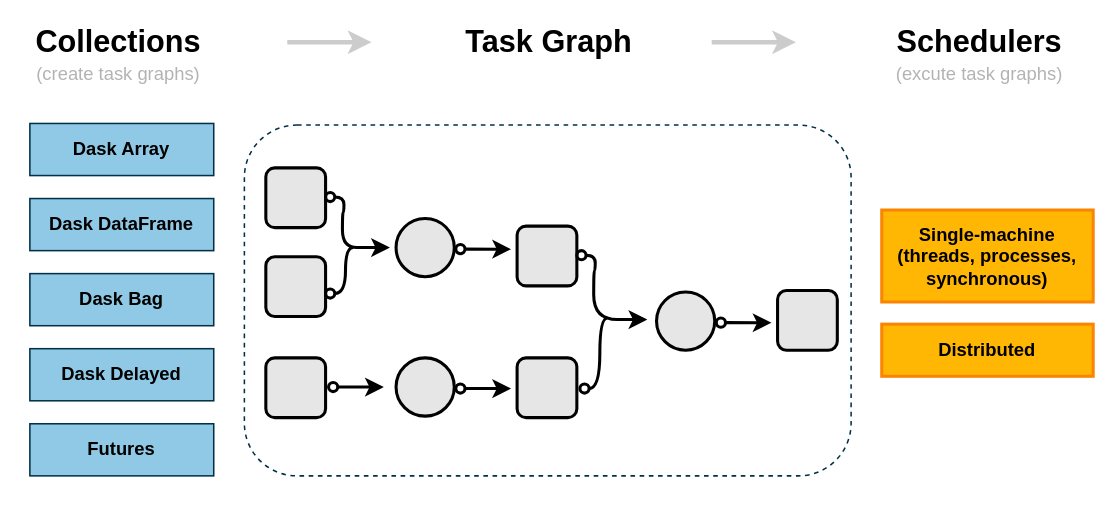
The draw.io diagram img/ch-dask/dask-overview.svg in godaai/scale-py-zh, before a commit. Source tidied: cells renumbered, new cells last; positions are measured from the earlier drawing's top-left corner, leaving out a move shared by most shapes.
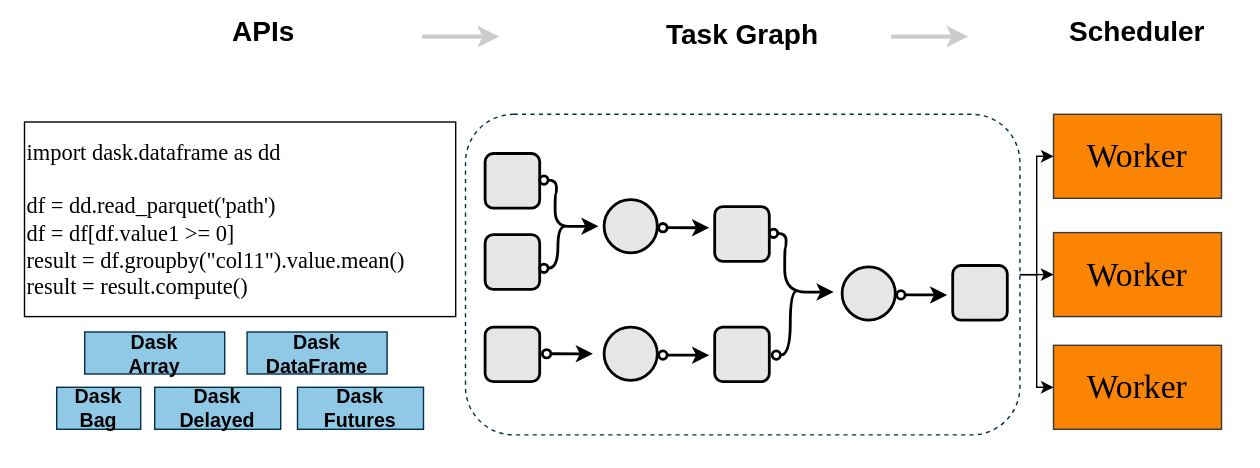
The same file after the commit.

Change to the diagram source:
```diff
@@ -3,50 +3,35 @@
     <mxCell id="0" />
     <mxCell id="1" parent="0" />
     <mxCell id="2" style="rounded=0;whiteSpace=wrap;html=1;strokeColor=none;fillColor=none;" parent="1" vertex="1">
-      <mxGeometry width="731" height="334" as="geometry" />
+      <mxGeometry x="-173" y="-0.5" width="900" height="334" as="geometry" />
     </mxCell>
-    <mxCell id="3" value="&lt;b&gt;Dask Array&lt;/b&gt;" style="rounded=0;whiteSpace=wrap;html=1;fillColor=#90C9E6;strokeColor=#023047;" parent="1" vertex="1">
-      <mxGeometry x="19" y="80" width="120" height="34" as="geometry" />
+    <mxCell id="3" value="&lt;b style=&quot;font-size: 14px;&quot;&gt;Dask &lt;br&gt;Array&lt;/b&gt;" style="rounded=0;whiteSpace=wrap;html=1;fillColor=#90C9E6;strokeColor=#023047;fontSize=14;" parent="1" vertex="1">
+      <mxGeometry x="-113" y="236.5" width="100" height="30" as="geometry" />
     </mxCell>
-    <mxCell id="4" value="&lt;b&gt;Dask DataFrame&lt;br&gt;&lt;/b&gt;" style="rounded=0;whiteSpace=wrap;html=1;fillColor=#90C9E6;strokeColor=#023047;" parent="1" vertex="1">
-      <mxGeometry x="19" y="129" width="120" height="34" as="geometry" />
+    <mxCell id="4" value="&lt;b style=&quot;font-size: 14px;&quot;&gt;Dask DataFrame&lt;br style=&quot;font-size: 14px;&quot;&gt;&lt;/b&gt;" style="rounded=0;whiteSpace=wrap;html=1;fillColor=#90C9E6;strokeColor=#023047;fontSize=14;" parent="1" vertex="1">
+      <mxGeometry x="3" y="236.5" width="100" height="30" as="geometry" />
     </mxCell>
-    <mxCell id="5" value="&lt;b&gt;Dask Bag&lt;br&gt;&lt;/b&gt;" style="rounded=0;whiteSpace=wrap;html=1;fillColor=#90C9E6;strokeColor=#023047;" parent="1" vertex="1">
-      <mxGeometry x="19" y="178" width="120" height="34" as="geometry" />
-    </mxCell>
-    <mxCell id="6" value="&lt;b&gt;Dask Delayed&lt;br&gt;&lt;/b&gt;" style="rounded=0;whiteSpace=wrap;html=1;fillColor=#90C9E6;strokeColor=#023047;" parent="1" vertex="1">
-      <mxGeometry x="19" y="227" width="120" height="34" as="geometry" />
-    </mxCell>
-    <mxCell id="7" value="&lt;b&gt;Futures&lt;br&gt;&lt;/b&gt;" style="rounded=0;whiteSpace=wrap;html=1;fillColor=#90C9E6;strokeColor=#023047;" parent="1" vertex="1">
-      <mxGeometry x="19" y="276" width="120" height="34" as="geometry" />
-    </mxCell>
-    <mxCell id="8" value="&lt;font style=&quot;font-size: 20px;&quot;&gt;&lt;b style=&quot;&quot;&gt;Collections&lt;/b&gt;&lt;/font&gt;" style="text;html=1;strokeColor=none;fillColor=none;align=center;verticalAlign=middle;whiteSpace=wrap;rounded=0;" parent="1" vertex="1">
-      <mxGeometry x="32" y="11" width="90" height="30" as="geometry" />
+    <mxCell id="8" value="&lt;span style=&quot;font-size: 20px;&quot;&gt;&lt;b&gt;APIs&lt;/b&gt;&lt;/span&gt;" style="text;html=1;strokeColor=none;fillColor=none;align=center;verticalAlign=middle;whiteSpace=wrap;rounded=0;" parent="1" vertex="1">
+      <mxGeometry x="-30" y="6" width="90" height="30" as="geometry" />
     </mxCell>
-    <mxCell id="9" value="&lt;font color=&quot;#b3b3b3&quot;&gt;(create task graphs)&lt;/font&gt;" style="text;html=1;strokeColor=none;fillColor=none;align=center;verticalAlign=middle;whiteSpace=wrap;rounded=0;" parent="1" vertex="1">
-      <mxGeometry x="14" y="33" width="126" height="30" as="geometry" />
-    </mxCell>
     <mxCell id="10" style="endArrow=classic;html=1;rounded=0;strokeWidth=3;strokeColor=#CCCCCC;" parent="1" edge="1">
       <mxGeometry relative="1" as="geometry">
-        <mxPoint x="187" y="27" as="sourcePoint" />
-        <mxPoint x="242" y="27" as="targetPoint" />
+        <mxPoint x="128" y="25.5" as="sourcePoint" />
+        <mxPoint x="183" y="25.5" as="targetPoint" />
       </mxGeometry>
     </mxCell>
     <mxCell id="11" value="&lt;font style=&quot;font-size: 20px;&quot;&gt;&lt;b style=&quot;&quot;&gt;Task Graph&lt;/b&gt;&lt;/font&gt;" style="text;html=1;strokeColor=none;fillColor=none;align=center;verticalAlign=middle;whiteSpace=wrap;rounded=0;" parent="1" vertex="1">
-      <mxGeometry x="299" y="11" width="118" height="30" as="geometry" />
+      <mxGeometry x="298" y="8" width="118" height="30" as="geometry" />
     </mxCell>
     <mxCell id="12" style="endArrow=classic;html=1;rounded=0;strokeWidth=3;strokeColor=#CCCCCC;" parent="1" edge="1">
       <mxGeometry relative="1" as="geometry">
-        <mxPoint x="464" y="27" as="sourcePoint" />
-        <mxPoint x="519" y="27" as="targetPoint" />
+        <mxPoint x="463" y="25.5" as="sourcePoint" />
+        <mxPoint x="518" y="25.5" as="targetPoint" />
       </mxGeometry>
     </mxCell>
-    <mxCell id="13" value="&lt;font style=&quot;font-size: 20px;&quot;&gt;&lt;b style=&quot;&quot;&gt;Schedulers&lt;/b&gt;&lt;/font&gt;" style="text;html=1;strokeColor=none;fillColor=none;align=center;verticalAlign=middle;whiteSpace=wrap;rounded=0;" parent="1" vertex="1">
-      <mxGeometry x="594" y="11" width="90" height="30" as="geometry" />
+    <mxCell id="13" value="&lt;font style=&quot;font-size: 20px;&quot;&gt;&lt;b style=&quot;&quot;&gt;Scheduler&lt;/b&gt;&lt;/font&gt;" style="text;html=1;strokeColor=none;fillColor=none;align=center;verticalAlign=middle;whiteSpace=wrap;rounded=0;" parent="1" vertex="1">
+      <mxGeometry x="594" y="6" width="90" height="30" as="geometry" />
     </mxCell>
-    <mxCell id="14" value="&lt;font color=&quot;#b3b3b3&quot;&gt;(excute task graphs)&lt;/font&gt;" style="text;html=1;strokeColor=none;fillColor=none;align=center;verticalAlign=middle;whiteSpace=wrap;rounded=0;" parent="1" vertex="1">
-      <mxGeometry x="576" y="33" width="126" height="30" as="geometry" />
-    </mxCell>
     <mxCell id="15" style="rounded=1;whiteSpace=wrap;html=1;dashed=1;strokeColor=#023047;" parent="1" vertex="1">
       <mxGeometry x="159" y="81" width="396" height="229" as="geometry" />
     </mxCell>
@@ -147,11 +132,35 @@
         <mxPoint x="503.1" y="210.1" as="targetPoint" />
       </mxGeometry>
     </mxCell>
-    <mxCell id="33" value="&lt;b&gt;Single-machine (threads, processes, synchronous)&lt;/b&gt;" style="rounded=0;whiteSpace=wrap;html=1;fillColor=#FFB703;strokeColor=#FB8402;strokeWidth=2;" parent="1" vertex="1">
-      <mxGeometry x="575" y="136.5" width="138" height="60" as="geometry" />
-    </mxCell>
-    <mxCell id="34" value="&lt;b&gt;Distributed&lt;/b&gt;" style="rounded=0;whiteSpace=wrap;html=1;fillColor=#FFB703;strokeColor=#FB8402;strokeWidth=2;" parent="1" vertex="1">
-      <mxGeometry x="575" y="211" width="138" height="34" as="geometry" />
-    </mxCell>
+    <mxCell id="35" value="&lt;font style=&quot;font-size: 16px;&quot;&gt;&lt;font style=&quot;font-size: 16px;&quot; face=&quot;Garamond&quot;&gt;import dask.dataframe as dd&lt;br&gt;&lt;br&gt;df = dd.read_parquet('path')&lt;br&gt;&lt;/font&gt;&lt;div style=&quot;&quot;&gt;&lt;font style=&quot;font-size: 16px;&quot; face=&quot;Garamond&quot;&gt;df = df[df.value1 &amp;gt;= 0]&lt;/font&gt;&lt;/div&gt;&lt;div style=&quot;&quot;&gt;&lt;font style=&quot;font-size: 16px;&quot; face=&quot;Garamond&quot;&gt;result = df.groupby(&quot;col11&quot;)&lt;/font&gt;&lt;span style=&quot;font-family: Garamond; background-color: initial;&quot;&gt;.value&lt;/span&gt;&lt;span style=&quot;font-family: Garamond; background-color: initial;&quot;&gt;.mean()&lt;/span&gt;&lt;/div&gt;&lt;font style=&quot;font-size: 16px;&quot; face=&quot;Garamond&quot;&gt;result = result.compute()&lt;/font&gt;&lt;br&gt;&lt;/font&gt;" style="rounded=0;whiteSpace=wrap;html=1;align=left;fillColor=none;" parent="1" vertex="1">
+      <mxGeometry x="-156" y="86.5" width="308" height="139" as="geometry" />
+    </mxCell>
+    <mxCell id="5" value="&lt;b style=&quot;font-size: 14px;&quot;&gt;Dask Bag&lt;/b&gt;" style="rounded=0;whiteSpace=wrap;html=1;fillColor=#90C9E6;strokeColor=#023047;fontSize=14;" parent="1" vertex="1">
+      <mxGeometry x="-133" y="276" width="60" height="30" as="geometry" />
+    </mxCell>
+    <mxCell id="6" value="&lt;b style=&quot;font-size: 14px;&quot;&gt;Dask Delayed&lt;/b&gt;" style="rounded=0;whiteSpace=wrap;html=1;fillColor=#90C9E6;strokeColor=#023047;fontSize=14;" parent="1" vertex="1">
+      <mxGeometry x="-63" y="276" width="90" height="30" as="geometry" />
+    </mxCell>
+    <mxCell id="36" value="&lt;b style=&quot;font-size: 14px;&quot;&gt;Dask Futures&lt;/b&gt;" style="rounded=0;whiteSpace=wrap;html=1;fillColor=#90C9E6;strokeColor=#023047;fontSize=14;" parent="1" vertex="1">
+      <mxGeometry x="39" y="276" width="90" height="30" as="geometry" />
+    </mxCell>
+    <mxCell id="37" value="Worker" style="rounded=0;whiteSpace=wrap;html=1;fontSize=24;fillColor=#FB8402;strokeColor=#36393d;fontFamily=Times New Roman;" parent="1" vertex="1">
+      <mxGeometry x="579" y="81" width="120" height="60" as="geometry" />
+    </mxCell>
+    <mxCell id="38" value="Worker" style="rounded=0;whiteSpace=wrap;html=1;fontSize=24;fillColor=#FB8402;strokeColor=#36393d;fontFamily=Times New Roman;" parent="1" vertex="1">
+      <mxGeometry x="579" y="165.5" width="120" height="60" as="geometry" />
+    </mxCell>
+    <mxCell id="39" value="Worker" style="rounded=0;whiteSpace=wrap;html=1;fontSize=24;fillColor=#FB8402;strokeColor=#36393d;fontFamily=Times New Roman;" parent="1" vertex="1">
+      <mxGeometry x="579" y="246" width="120" height="60" as="geometry" />
+    </mxCell>
+    <mxCell id="40" style="endArrow=classic;html=1;rounded=0;exitX=1;exitY=0.5;exitDx=0;exitDy=0;entryX=0;entryY=0.5;entryDx=0;entryDy=0;edgeStyle=orthogonalEdgeStyle;" parent="1" edge="1" source="15" target="37">
+      <mxGeometry relative="1" as="geometry" />
+    </mxCell>
+    <mxCell id="41" style="endArrow=classic;html=1;rounded=0;exitX=1;exitY=0.5;exitDx=0;exitDy=0;entryX=0;entryY=0.5;entryDx=0;entryDy=0;" parent="1" edge="1" source="15" target="38">
+      <mxGeometry relative="1" as="geometry" />
+    </mxCell>
+    <mxCell id="42" style="endArrow=classic;html=1;rounded=0;exitX=1;exitY=0.5;exitDx=0;exitDy=0;entryX=0;entryY=0.5;entryDx=0;entryDy=0;edgeStyle=orthogonalEdgeStyle;" parent="1" edge="1" source="15" target="39">
+      <mxGeometry relative="1" as="geometry" />
+    </mxCell>
   </root>
 </mxGraphModel>
```
